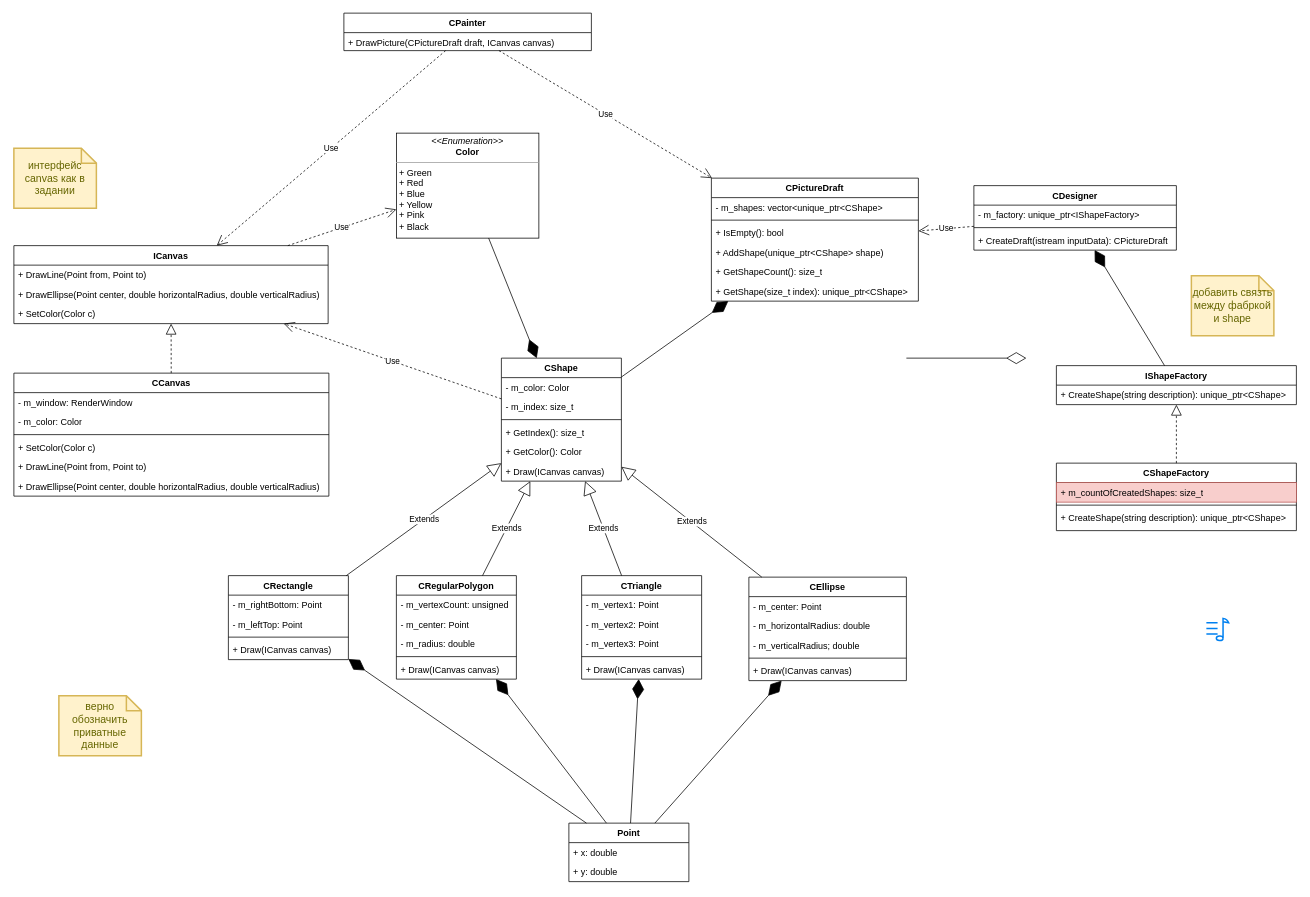
Above: lab4/lab4Diagram.drawio in amfunNylord/ood (draw.io), before the change. Source tidied: cells renumbered, new cells numbered last; positions are measured from the earlier drawing's top-left corner, leaving out a move shared by most shapes. Both pictures are drawn from the tidied source at 75%, with x=0, y=0 at pixel (14, 13).
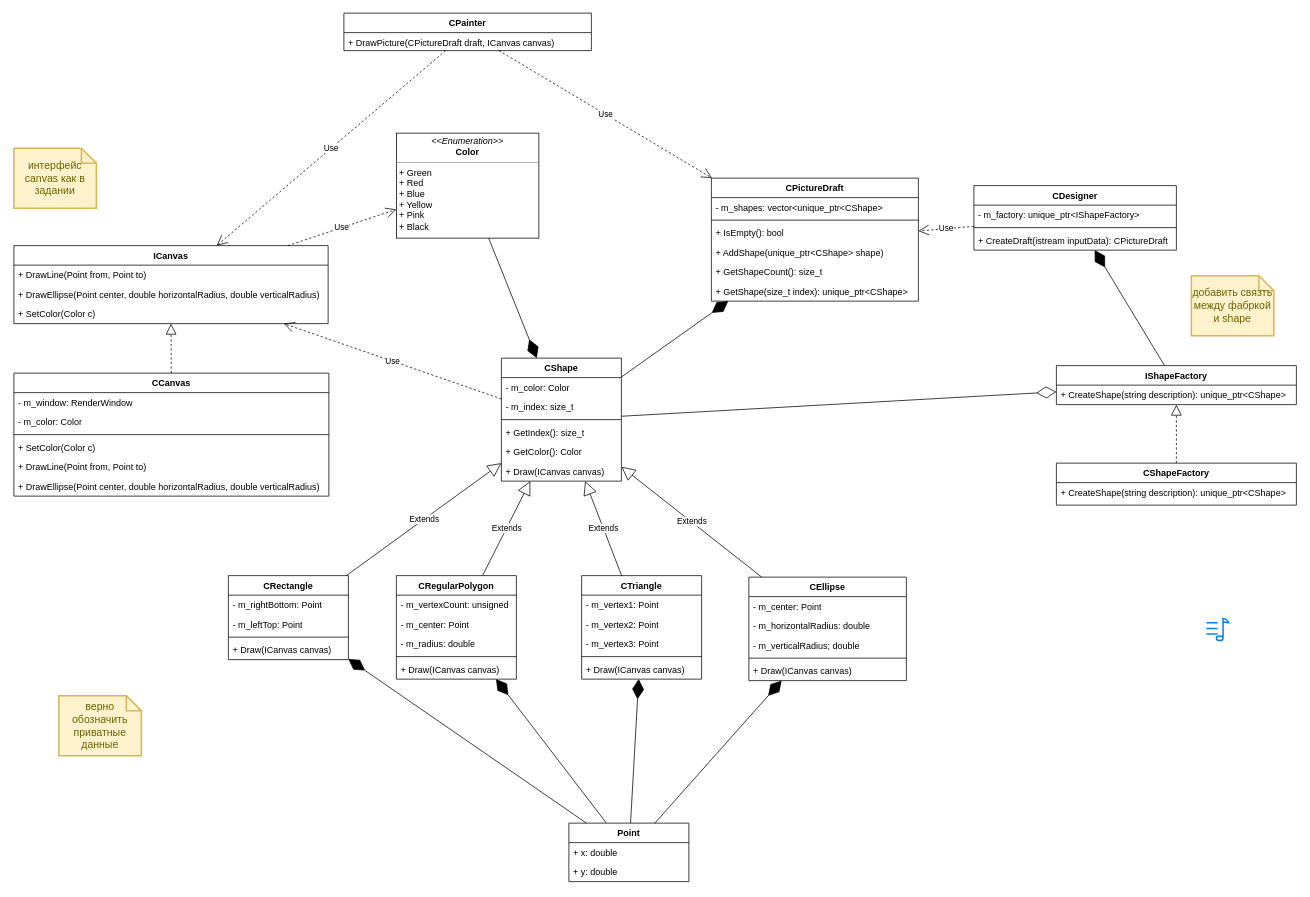
Above is the later version.

Commit message (it also covers changes not shown here):
lab4: поправил замечания по тестам и исправил диаграмму классов

The change refers to these unchanged cells:
```xml
<mxCell id="39" value="CShape" style="swimlane;fontStyle=1;align=center;verticalAlign=top;horizontal=1;startSize=26;whiteSpace=wrap;html=1;" parent="1" vertex="1">
  <mxGeometry x="650" y="460" width="160" height="164" as="geometry" />
</mxCell>
<mxCell id="60" value="IShapeFactory" style="swimlane;fontStyle=1;align=center;verticalAlign=top;horizontal=1;startSize=26;whiteSpace=wrap;html=1;" parent="1" vertex="1">
  <mxGeometry x="1390" y="470" width="320" height="52" as="geometry" />
</mxCell>
```

Diff of the diagram source:
```diff
@@
     <mxCell id="46" value="CShapeFactory" style="swimlane;fontStyle=1;align=center;verticalAlign=top;horizontal=1;startSize=26;whiteSpace=wrap;html=1;" parent="1" vertex="1">
-      <mxGeometry x="1390" y="600" width="320" height="90" as="geometry" />
+      <mxGeometry x="1390" y="600" width="320" height="56" as="geometry" />
     </mxCell>
-    <mxCell id="47" value="+ m_countOfCreatedShapes: size_t" style="text;strokeColor=#b85450;fillColor=#f8cecc;align=left;verticalAlign=top;spacingLeft=4;spacingRight=4;overflow=hidden;whiteSpace=wrap;html=1;" parent="46" vertex="1">
-      <mxGeometry y="26" width="320" height="26" as="geometry" />
-    </mxCell>
-    <mxCell id="48" style="line;strokeWidth=1;fillColor=none;align=left;verticalAlign=middle;spacingTop=-1;spacingLeft=3;spacingRight=3;labelPosition=right;strokeColor=inherit;" parent="46" vertex="1">
-      <mxGeometry y="52" width="320" height="8" as="geometry" />
-    </mxCell>
     <mxCell id="49" value="+ CreateShape(string description): unique_ptr&amp;lt;CShape&amp;gt;" style="text;strokeColor=none;fillColor=none;align=left;verticalAlign=top;spacingLeft=4;spacingRight=4;overflow=hidden;whiteSpace=wrap;html=1;" parent="46" vertex="1">
-      <mxGeometry y="60" width="320" height="30" as="geometry" />
+      <mxGeometry y="26" width="320" height="30" as="geometry" />
     </mxCell>
@@
-    <mxCell id="88" style="endArrow=diamondThin;endFill=0;endSize=24;html=1;rounded=0;" parent="1" edge="1">
-      <mxGeometry relative="1" as="geometry">
-        <mxPoint x="1190" y="460" as="sourcePoint" />
-        <mxPoint x="1350" y="460" as="targetPoint" />
-      </mxGeometry>
+    <mxCell id="88" style="endArrow=diamondThin;endFill=0;endSize=24;html=1;rounded=0;" parent="1" edge="1" source="39" target="60">
+      <mxGeometry relative="1" as="geometry" />
     </mxCell>
```
